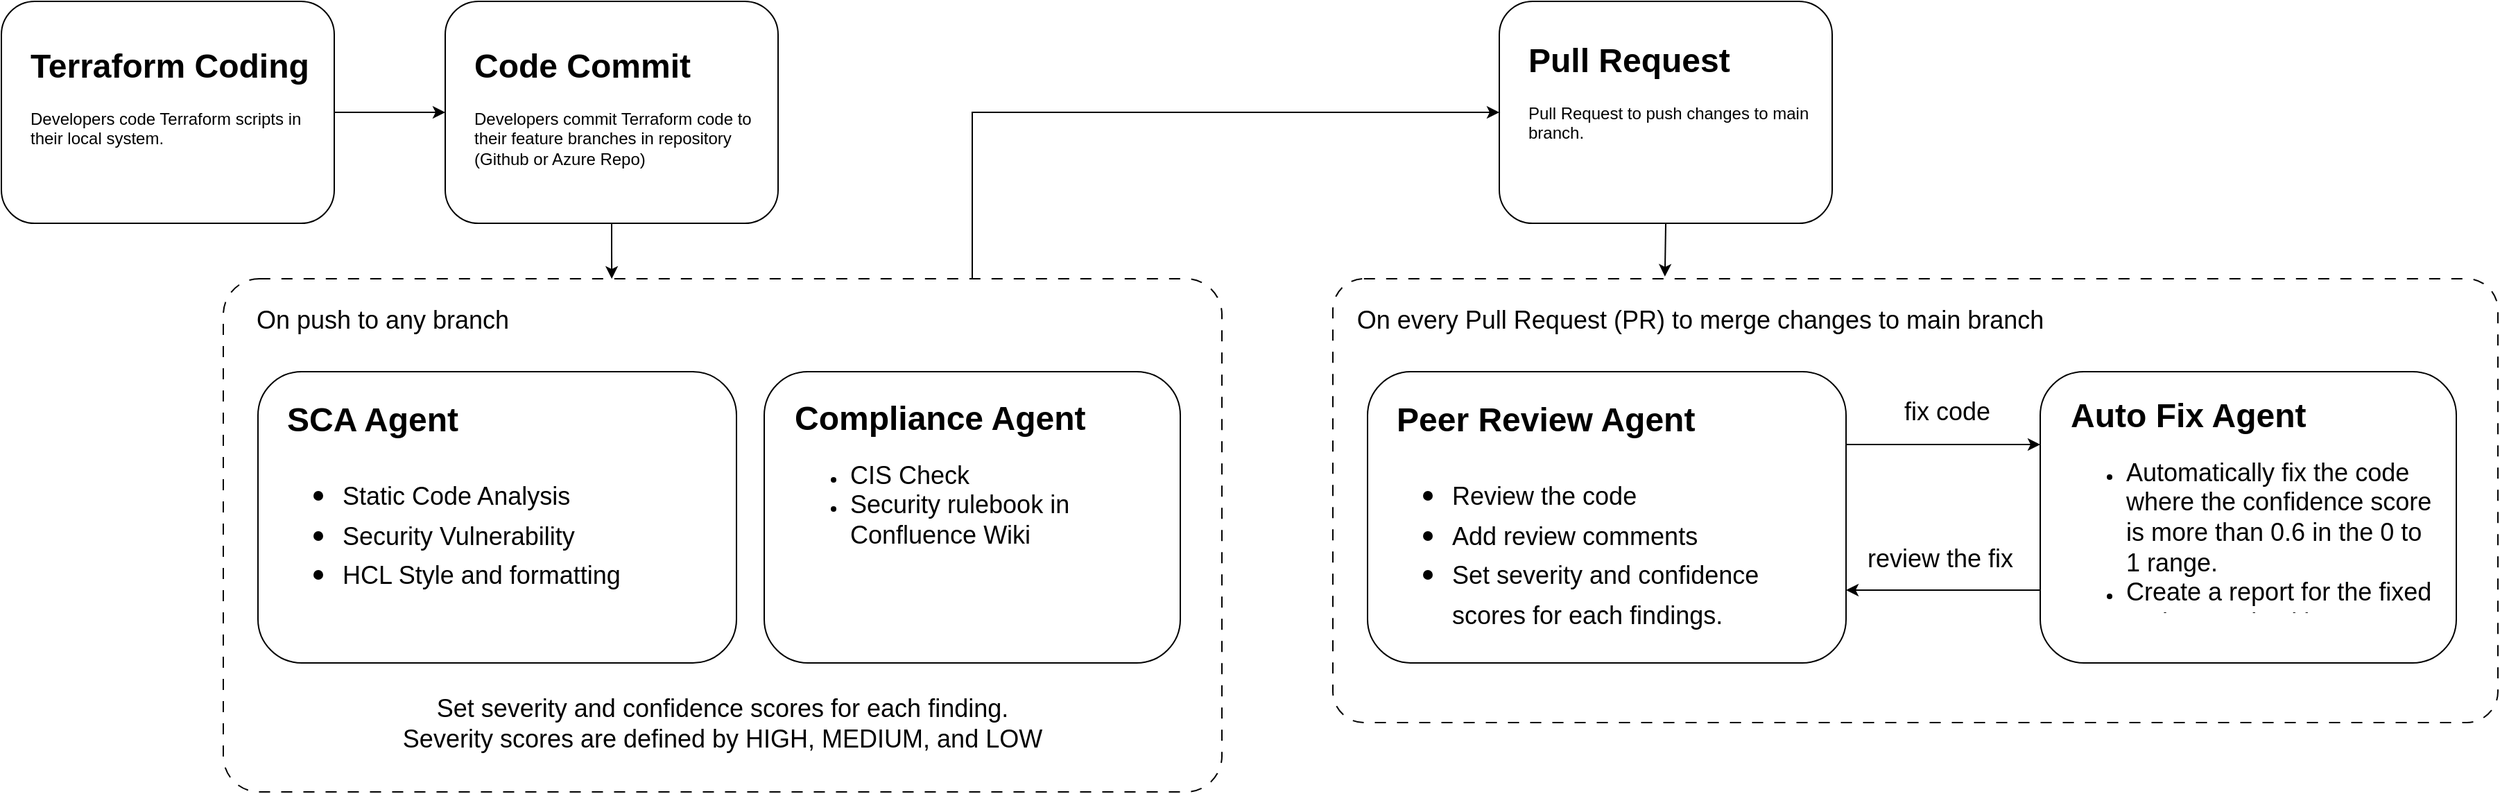
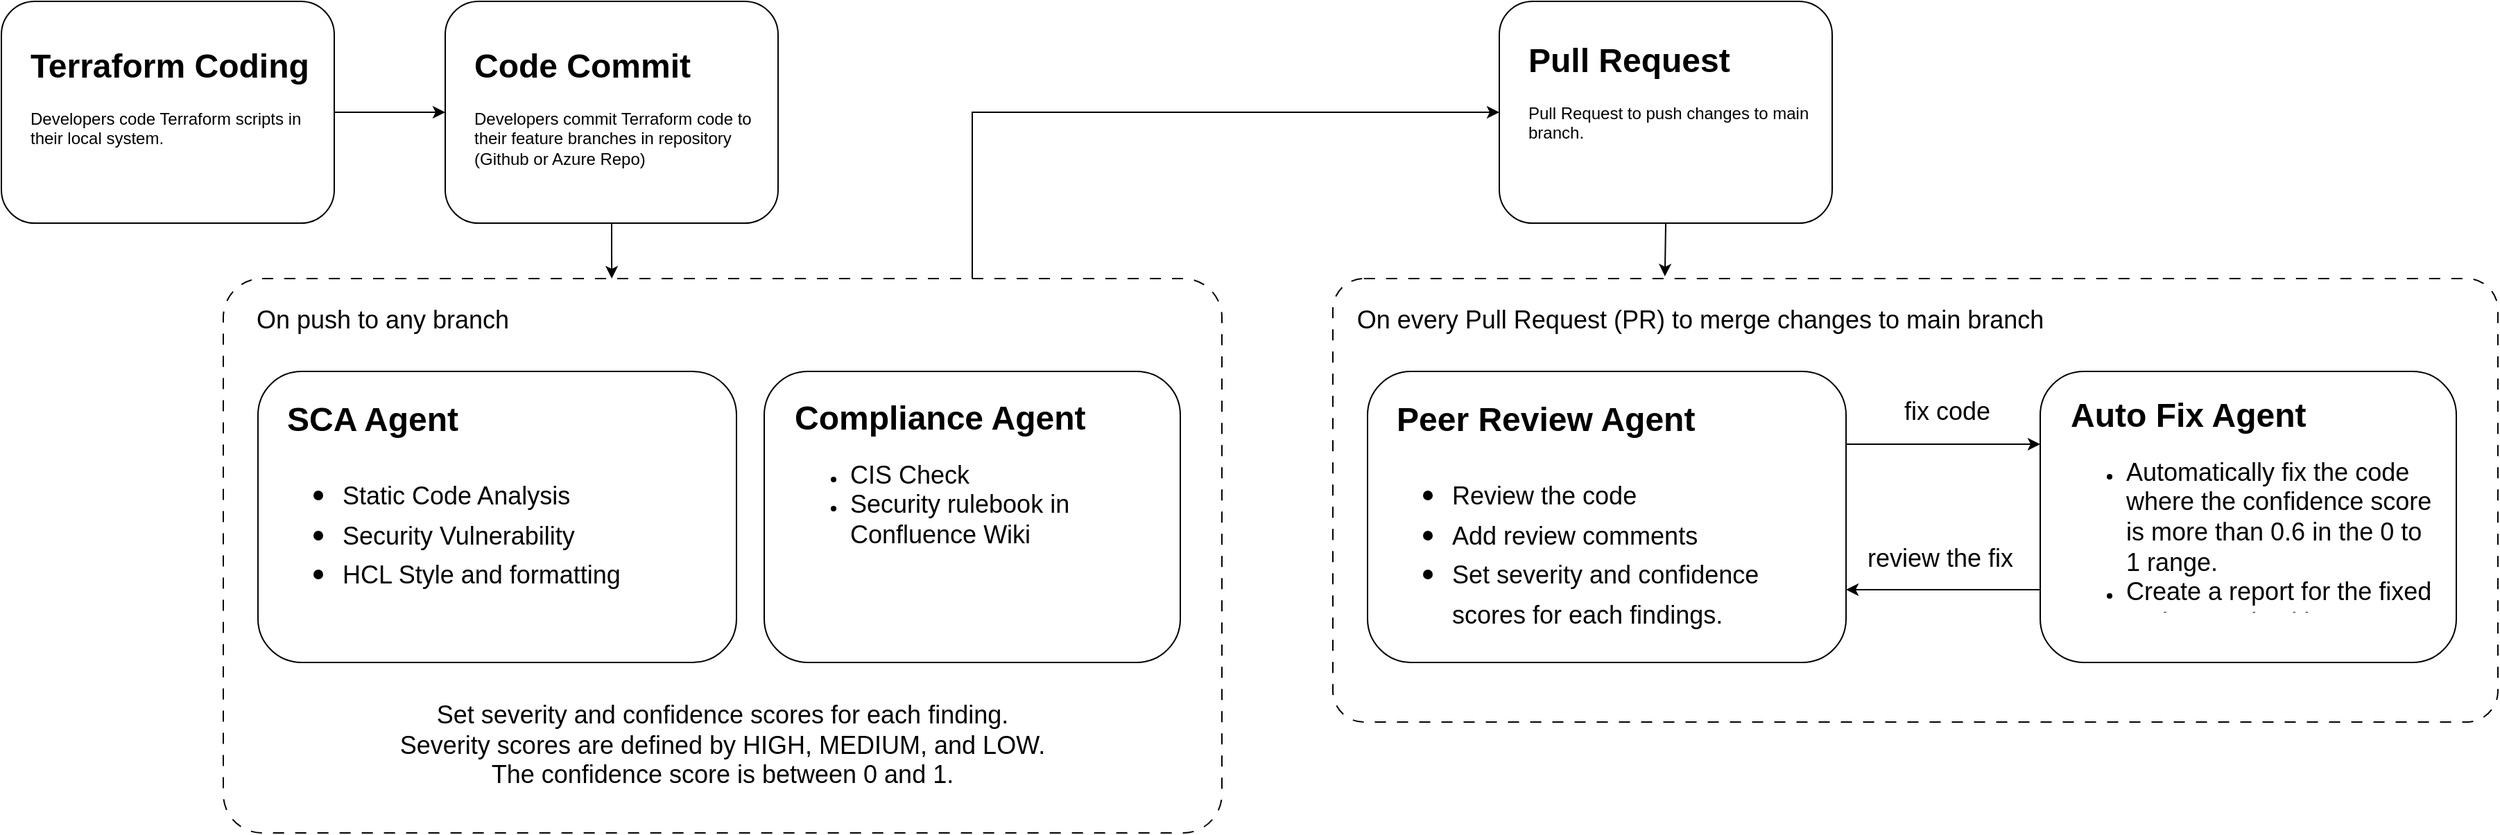
<mxfile host="app.diagrams.net">
  <diagram name="Page-1" id="llQ14HlxIDWXj9B5HY60">
    <mxGraphModel dx="1006" dy="638" grid="1" gridSize="10" guides="1" tooltips="1" connect="1" arrows="1" fold="1" page="1" pageScale="1" pageWidth="850" pageHeight="1100" math="0" shadow="0">
      <root>
        <mxCell id="0" />
        <mxCell id="1" parent="0" />
        <mxCell id="IWc9zJM8tDhvkjJ2dRjy-13" edge="1" parent="1" source="IWc9zJM8tDhvkjJ2dRjy-5" style="edgeStyle=orthogonalEdgeStyle;rounded=0;orthogonalLoop=1;jettySize=auto;html=1;entryX=0;entryY=0.5;entryDx=0;entryDy=0;exitX=0.75;exitY=0;exitDx=0;exitDy=0;" target="IWc9zJM8tDhvkjJ2dRjy-1">
          <mxGeometry relative="1" as="geometry" />
        </mxCell>
        <mxCell id="oJW8UGhNAXkty13G2p3x-1" parent="1" style="rounded=1;whiteSpace=wrap;html=1;" value="" vertex="1">
          <mxGeometry height="160" width="240" x="440" y="200" as="geometry" />
        </mxCell>
        <mxCell id="oJW8UGhNAXkty13G2p3x-3" parent="1" style="text;html=1;whiteSpace=wrap;overflow=hidden;rounded=0;" value="&lt;h1 style=&quot;margin-top: 0px;&quot;&gt;Code Commit&lt;/h1&gt;&lt;p&gt;Developers commit Terraform code to their feature branches in repository (Github or Azure Repo)&lt;/p&gt;" vertex="1">
          <mxGeometry height="100" width="210" x="459" y="226" as="geometry" />
        </mxCell>
        <mxCell id="IWc9zJM8tDhvkjJ2dRjy-1" parent="1" style="rounded=1;whiteSpace=wrap;html=1;" value="" vertex="1">
          <mxGeometry height="160" width="240" x="1200" y="200" as="geometry" />
        </mxCell>
        <mxCell id="IWc9zJM8tDhvkjJ2dRjy-2" parent="1" style="text;html=1;whiteSpace=wrap;overflow=hidden;rounded=0;" value="&lt;h1 style=&quot;margin-top: 0px;&quot;&gt;Pull Request&lt;/h1&gt;&lt;p&gt;Pull Request to push changes to main branch.&lt;/p&gt;" vertex="1">
          <mxGeometry height="100" width="210" x="1219" y="222" as="geometry" />
        </mxCell>
        <mxCell id="IWc9zJM8tDhvkjJ2dRjy-12" edge="1" parent="1" source="IWc9zJM8tDhvkjJ2dRjy-3" style="edgeStyle=orthogonalEdgeStyle;rounded=0;orthogonalLoop=1;jettySize=auto;html=1;exitX=1;exitY=0.5;exitDx=0;exitDy=0;entryX=0;entryY=0.5;entryDx=0;entryDy=0;" target="oJW8UGhNAXkty13G2p3x-1">
          <mxGeometry relative="1" as="geometry" />
        </mxCell>
        <mxCell id="IWc9zJM8tDhvkjJ2dRjy-3" parent="1" style="rounded=1;whiteSpace=wrap;html=1;" value="" vertex="1">
          <mxGeometry height="160" width="240" x="120" y="200" as="geometry" />
        </mxCell>
        <mxCell id="IWc9zJM8tDhvkjJ2dRjy-4" parent="1" style="text;html=1;whiteSpace=wrap;overflow=hidden;rounded=0;" value="&lt;h1 style=&quot;margin-top: 0px;&quot;&gt;Terraform Coding&lt;/h1&gt;&lt;p&gt;Developers code Terraform scripts in their local system.&lt;/p&gt;" vertex="1">
          <mxGeometry height="100" width="210" x="139" y="226" as="geometry" />
        </mxCell>
        <mxCell id="IWc9zJM8tDhvkjJ2dRjy-5" parent="1" style="rounded=1;whiteSpace=wrap;html=1;arcSize=7;dashed=1;dashPattern=8 8;" value="" vertex="1">
-           <mxGeometry height="370" width="720" x="280" y="400" as="geometry" />
+           <mxGeometry height="400" width="720" x="280" y="400" as="geometry" />
        </mxCell>
        <mxCell id="IWc9zJM8tDhvkjJ2dRjy-6" parent="1" style="text;html=1;whiteSpace=wrap;strokeColor=none;fillColor=none;align=center;verticalAlign=middle;rounded=0;" value="&lt;font style=&quot;font-size: 18px;&quot;&gt;On push to any branch&lt;/font&gt;" vertex="1">
          <mxGeometry height="30" width="210" x="290" y="415" as="geometry" />
        </mxCell>
        <mxCell id="IWc9zJM8tDhvkjJ2dRjy-7" parent="1" style="rounded=1;whiteSpace=wrap;html=1;" value="" vertex="1">
          <mxGeometry height="210" width="345" x="305" y="467" as="geometry" />
        </mxCell>
        <mxCell id="IWc9zJM8tDhvkjJ2dRjy-8" parent="1" style="text;html=1;whiteSpace=wrap;overflow=hidden;rounded=0;" value="&lt;h1 style=&quot;margin-top: 0px;&quot;&gt;SCA Agent&lt;/h1&gt;&lt;h1 style=&quot;margin-top: 0px;&quot;&gt;&lt;p style=&quot;font-size: 12px; font-weight: 400;&quot;&gt;&lt;/p&gt;&lt;ul&gt;&lt;li&gt;&lt;span style=&quot;font-size: 18px; font-weight: normal;&quot;&gt;Static Code Analysis&lt;/span&gt;&lt;/li&gt;&lt;li&gt;&lt;span style=&quot;font-size: 18px; font-weight: normal;&quot;&gt;Security Vulnerability&lt;/span&gt;&lt;/li&gt;&lt;li&gt;&lt;span style=&quot;font-size: 18px; font-weight: normal;&quot;&gt;HCL Style and formatting&lt;/span&gt;&lt;/li&gt;&lt;/ul&gt;&lt;p&gt;&lt;/p&gt;&lt;/h1&gt;" vertex="1">
          <mxGeometry height="183" width="306" x="324" y="481" as="geometry" />
        </mxCell>
        <mxCell id="IWc9zJM8tDhvkjJ2dRjy-9" parent="1" style="rounded=1;whiteSpace=wrap;html=1;" value="" vertex="1">
          <mxGeometry height="210" width="300" x="670" y="467" as="geometry" />
        </mxCell>
        <mxCell id="IWc9zJM8tDhvkjJ2dRjy-10" parent="1" style="text;html=1;whiteSpace=wrap;overflow=hidden;rounded=0;" value="&lt;h1 style=&quot;margin-top: 0px;&quot;&gt;Compliance Agent&lt;/h1&gt;&lt;p&gt;&lt;/p&gt;&lt;ul&gt;&lt;li&gt;&lt;span style=&quot;font-size: 18px;&quot;&gt;CIS Check&lt;/span&gt;&lt;/li&gt;&lt;li&gt;&lt;span style=&quot;font-size: 18px;&quot;&gt;Security rulebook in Confluence Wiki&lt;/span&gt;&lt;/li&gt;&lt;/ul&gt;&lt;p&gt;&lt;/p&gt;" vertex="1">
          <mxGeometry height="180" width="269" x="690" y="480" as="geometry" />
        </mxCell>
        <mxCell id="IWc9zJM8tDhvkjJ2dRjy-11" edge="1" parent="1" source="oJW8UGhNAXkty13G2p3x-1" style="edgeStyle=orthogonalEdgeStyle;rounded=0;orthogonalLoop=1;jettySize=auto;html=1;exitX=0.5;exitY=1;exitDx=0;exitDy=0;entryX=0.389;entryY=0;entryDx=0;entryDy=0;entryPerimeter=0;" target="IWc9zJM8tDhvkjJ2dRjy-5">
          <mxGeometry relative="1" as="geometry" />
        </mxCell>
        <mxCell id="IWc9zJM8tDhvkjJ2dRjy-14" parent="1" style="rounded=1;whiteSpace=wrap;html=1;arcSize=7;dashed=1;dashPattern=8 8;" value="" vertex="1">
          <mxGeometry height="320" width="840" x="1080" y="400" as="geometry" />
        </mxCell>
        <mxCell id="IWc9zJM8tDhvkjJ2dRjy-15" parent="1" style="text;html=1;whiteSpace=wrap;strokeColor=none;fillColor=none;align=center;verticalAlign=middle;rounded=0;" value="&lt;font style=&quot;font-size: 18px;&quot;&gt;On every Pull Request (PR) to merge changes to main branch&lt;/font&gt;" vertex="1">
          <mxGeometry height="30" width="510" x="1090" y="415" as="geometry" />
        </mxCell>
        <mxCell id="IWc9zJM8tDhvkjJ2dRjy-22" edge="1" parent="1" source="IWc9zJM8tDhvkjJ2dRjy-16" style="edgeStyle=orthogonalEdgeStyle;rounded=0;orthogonalLoop=1;jettySize=auto;html=1;exitX=1;exitY=0.25;exitDx=0;exitDy=0;entryX=0;entryY=0.25;entryDx=0;entryDy=0;" target="IWc9zJM8tDhvkjJ2dRjy-18">
          <mxGeometry relative="1" as="geometry" />
        </mxCell>
        <mxCell id="IWc9zJM8tDhvkjJ2dRjy-16" parent="1" style="rounded=1;whiteSpace=wrap;html=1;" value="" vertex="1">
          <mxGeometry height="210" width="345" x="1105" y="467" as="geometry" />
        </mxCell>
        <mxCell id="IWc9zJM8tDhvkjJ2dRjy-17" parent="1" style="text;html=1;whiteSpace=wrap;overflow=hidden;rounded=0;" value="&lt;h1 style=&quot;margin-top: 0px;&quot;&gt;Peer Review Agent&lt;/h1&gt;&lt;h1 style=&quot;margin-top: 0px;&quot;&gt;&lt;p style=&quot;font-size: 12px; font-weight: 400;&quot;&gt;&lt;/p&gt;&lt;ul&gt;&lt;li&gt;&lt;span style=&quot;font-size: 18px; font-weight: 400;&quot;&gt;Review the code&lt;/span&gt;&lt;/li&gt;&lt;li&gt;&lt;span style=&quot;font-size: 18px; font-weight: 400;&quot;&gt;Add review comments&lt;/span&gt;&lt;/li&gt;&lt;li&gt;&lt;span style=&quot;font-size: 18px; font-weight: 400;&quot;&gt;Set severity and confidence scores for each findings.&lt;/span&gt;&lt;/li&gt;&lt;/ul&gt;&lt;p&gt;&lt;/p&gt;&lt;/h1&gt;" vertex="1">
          <mxGeometry height="179" width="306" x="1124" y="481" as="geometry" />
        </mxCell>
        <mxCell id="IWc9zJM8tDhvkjJ2dRjy-23" edge="1" parent="1" source="IWc9zJM8tDhvkjJ2dRjy-18" style="edgeStyle=orthogonalEdgeStyle;rounded=0;orthogonalLoop=1;jettySize=auto;html=1;exitX=0;exitY=0.75;exitDx=0;exitDy=0;entryX=1;entryY=0.75;entryDx=0;entryDy=0;" target="IWc9zJM8tDhvkjJ2dRjy-16">
          <mxGeometry relative="1" as="geometry" />
        </mxCell>
        <mxCell id="IWc9zJM8tDhvkjJ2dRjy-18" parent="1" style="rounded=1;whiteSpace=wrap;html=1;" value="" vertex="1">
          <mxGeometry height="210" width="300" x="1590" y="467" as="geometry" />
        </mxCell>
        <mxCell id="IWc9zJM8tDhvkjJ2dRjy-19" parent="1" style="text;html=1;whiteSpace=wrap;overflow=hidden;rounded=0;" value="&lt;h1 style=&quot;margin-top: 0px;&quot;&gt;Auto Fix Agent&lt;/h1&gt;&lt;p&gt;&lt;/p&gt;&lt;ul&gt;&lt;li&gt;&lt;span style=&quot;font-size: 18px;&quot;&gt;Automatically fix the code where the confidence score is more than 0.6 in the 0 to 1 range.&lt;/span&gt;&lt;/li&gt;&lt;li&gt;&lt;span style=&quot;font-size: 18px;&quot;&gt;Create a report for the fixed and unresolved items.&lt;/span&gt;&lt;/li&gt;&lt;/ul&gt;&lt;p&gt;&lt;/p&gt;" vertex="1">
          <mxGeometry height="160" width="269" x="1610" y="478" as="geometry" />
        </mxCell>
-         <mxCell id="IWc9zJM8tDhvkjJ2dRjy-20" parent="1" style="text;whiteSpace=wrap;fontSize=18;align=center;" value="Set severity and confidence scores for each finding.&#xa;Severity scores are defined by HIGH, MEDIUM, and LOW" vertex="1">
-           <mxGeometry height="52" width="640" x="320" y="693" as="geometry" />
+         <mxCell id="IWc9zJM8tDhvkjJ2dRjy-20" parent="1" style="text;whiteSpace=wrap;fontSize=18;align=center;" value="Set severity and confidence scores for each finding.&#xa;Severity scores are defined by HIGH, MEDIUM, and LOW.&#xa;The confidence score is between 0 and 1." vertex="1">
+           <mxGeometry height="77" width="640" x="320" y="698" as="geometry" />
        </mxCell>
        <mxCell id="IWc9zJM8tDhvkjJ2dRjy-21" edge="1" parent="1" source="IWc9zJM8tDhvkjJ2dRjy-1" style="edgeStyle=orthogonalEdgeStyle;rounded=0;orthogonalLoop=1;jettySize=auto;html=1;exitX=0.5;exitY=1;exitDx=0;exitDy=0;entryX=0.285;entryY=-0.005;entryDx=0;entryDy=0;entryPerimeter=0;" target="IWc9zJM8tDhvkjJ2dRjy-14">
          <mxGeometry relative="1" as="geometry" />
        </mxCell>
        <mxCell id="IWc9zJM8tDhvkjJ2dRjy-24" parent="1" style="text;html=1;whiteSpace=wrap;strokeColor=none;fillColor=none;align=center;verticalAlign=middle;rounded=0;" value="&lt;font style=&quot;font-size: 18px;&quot;&gt;fix code&lt;/font&gt;" vertex="1">
          <mxGeometry height="30" width="82" x="1482" y="481" as="geometry" />
        </mxCell>
        <mxCell id="IWc9zJM8tDhvkjJ2dRjy-25" parent="1" style="text;html=1;whiteSpace=wrap;strokeColor=none;fillColor=none;align=center;verticalAlign=middle;rounded=0;" value="&lt;font style=&quot;font-size: 18px;&quot;&gt;review the fix&lt;/font&gt;" vertex="1">
          <mxGeometry height="30" width="120" x="1458" y="587" as="geometry" />
        </mxCell>
      </root>
    </mxGraphModel>
  </diagram>
</mxfile>
